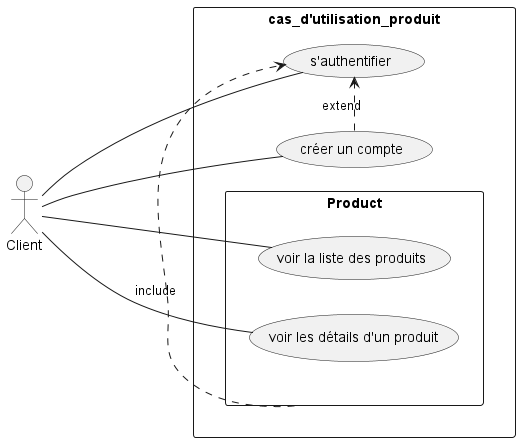
This is diagrammeUml/cas_d_utilisation_produit.png from nbahire/Projet7_api, a PlantUML export, as it was before one commit.
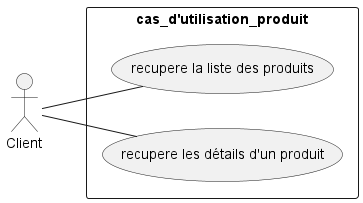
After the change.

What changed in the source:
```diff
@@ -5,16 +5,12 @@
 actor Client as Customers
 
 rectangle cas_d'utilisation_produit {
-    (Customers) --- (s'authentifier)
-    (Customers) -- (créer un compte)
 
-    package Product {
-        (Customers) -- (voir la liste des produits)
-        (Customers) -- (voir les détails d'un produit)
-    }
-    Product .> (s'authentifier):include
 
-    (créer un compte) .> (s'authentifier):extend
+        (Customers) -- (recupere la liste des produits)
+        (Customers) -- (recupere les détails d'un produit)
+
+
 }
 
 @enduml
```
